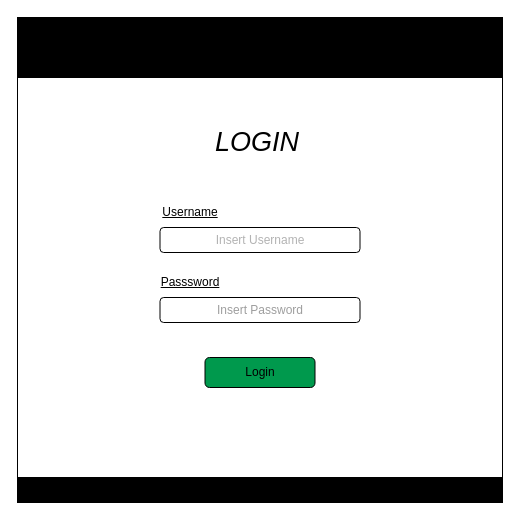
Before: Untitled Diagram.drawio in Andriel1992/Proyecto-Final, a draw.io diagram. Source tidied: cells renumbered, new cells numbered last; positions are measured from the earlier drawing's top-left corner, leaving out a move shared by most shapes. Both pictures are drawn from the tidied source at 100%, with x=0, y=0 at pixel (17, 17). Pictures stored in the file or linked from it are replaced by grey dashed boxes.
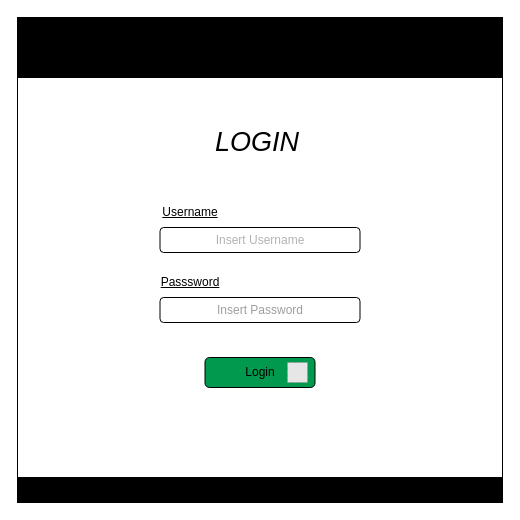
After the change.

Change to the diagram source:
```diff
@@
 <mxGraphModel>
   <root>
     <mxCell id="0" />
     <mxCell id="1" parent="0" />
     <mxCell id="2" style="whiteSpace=wrap;html=1;fillColor=#FFFFFF;fontStyle=2;" parent="1" vertex="1">
       <mxGeometry width="485" height="485" as="geometry" />
     </mxCell>
     <mxCell id="3" value="&lt;font color=&quot;#b3b3b3&quot;&gt;Insert Username&lt;/font&gt;" style="rounded=1;whiteSpace=wrap;html=1;" parent="1" vertex="1">
       <mxGeometry x="142.5" y="210" width="200" height="25" as="geometry" />
     </mxCell>
     <mxCell id="4" value="&lt;font color=&quot;#9e9e9e&quot;&gt;Insert Password&lt;/font&gt;" style="rounded=1;whiteSpace=wrap;html=1;" parent="1" vertex="1">
       <mxGeometry x="142.5" y="280" width="200" height="25" as="geometry" />
     </mxCell>
     <mxCell id="5" style="rounded=0;whiteSpace=wrap;html=1;fillColor=#000000;" parent="1" vertex="1">
       <mxGeometry width="485" height="60" as="geometry" />
     </mxCell>
     <mxCell id="6" value="Login" style="rounded=1;whiteSpace=wrap;html=1;fillColor=#00994D;" parent="1" vertex="1">
       <mxGeometry x="187.5" y="340" width="110" height="30" as="geometry" />
     </mxCell>
     <mxCell id="7" value="Passsword" style="text;html=1;strokeColor=none;fillColor=none;align=center;verticalAlign=middle;whiteSpace=wrap;rounded=0;shadow=0;strokeWidth=0;fontStyle=4;" parent="1" vertex="1">
       <mxGeometry x="142.5" y="250" width="60" height="30" as="geometry" />
     </mxCell>
     <mxCell id="8" value="Username" style="text;html=1;strokeColor=none;fillColor=none;align=center;verticalAlign=middle;whiteSpace=wrap;rounded=0;fontStyle=4;" parent="1" vertex="1">
       <mxGeometry x="142.5" y="180" width="60" height="30" as="geometry" />
     </mxCell>
     <mxCell id="9" style="rounded=0;whiteSpace=wrap;html=1;fontColor=#B3B3B3;fillColor=#000000;" parent="1" vertex="1">
       <mxGeometry y="460" width="485" height="25" as="geometry" />
     </mxCell>
     <mxCell id="10" value="&lt;p style=&quot;line-height: 1 ; font-size: 27px&quot;&gt;LOGIN&lt;/p&gt;" style="text;html=1;strokeColor=none;fillColor=none;align=center;verticalAlign=middle;whiteSpace=wrap;rounded=0;shadow=0;fontColor=#000000;fontStyle=2;" parent="1" vertex="1">
       <mxGeometry x="210" y="110" width="60" height="30" as="geometry" />
     </mxCell>
+    <mxCell id="11" style="fillColor=#E6E6E6;strokeColor=#999999;dashed=1;html=1;verticalAlign=top;verticalLabelPosition=bottom;labelBackgroundColor=#ffffff;" parent="1" vertex="1">
+      <mxGeometry x="270" y="345" width="20" height="20" as="geometry" />
+    </mxCell>
   </root>
 </mxGraphModel>
```
